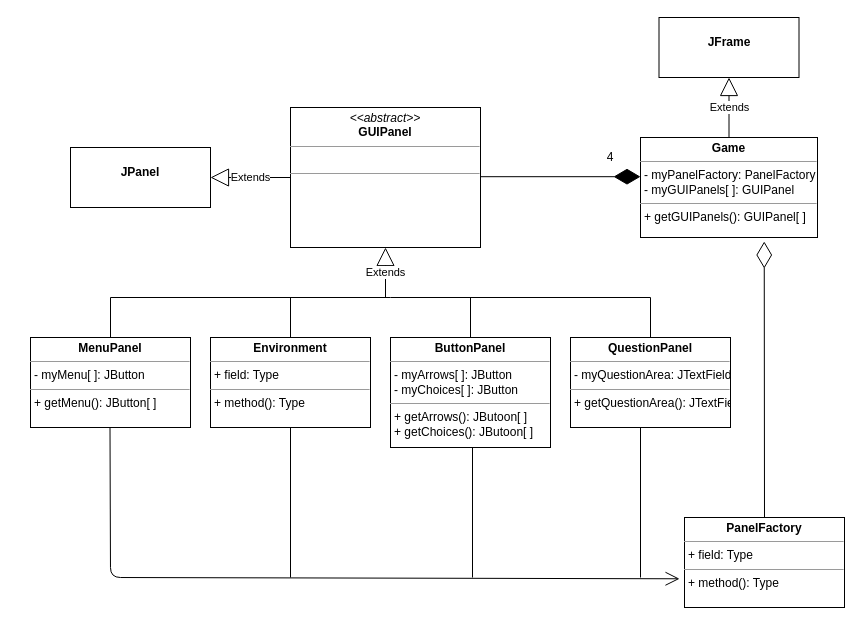
Earlier version of the draw.io diagram view.drawio (Robert-0410/360GroupProject). Source tidied: cells renumbered, new cells numbered last; positions are measured from the earlier drawing's top-left corner, leaving out a move shared by most shapes. Both pictures are drawn from the tidied source at 100%, with x=0, y=0 at pixel (30, 17).
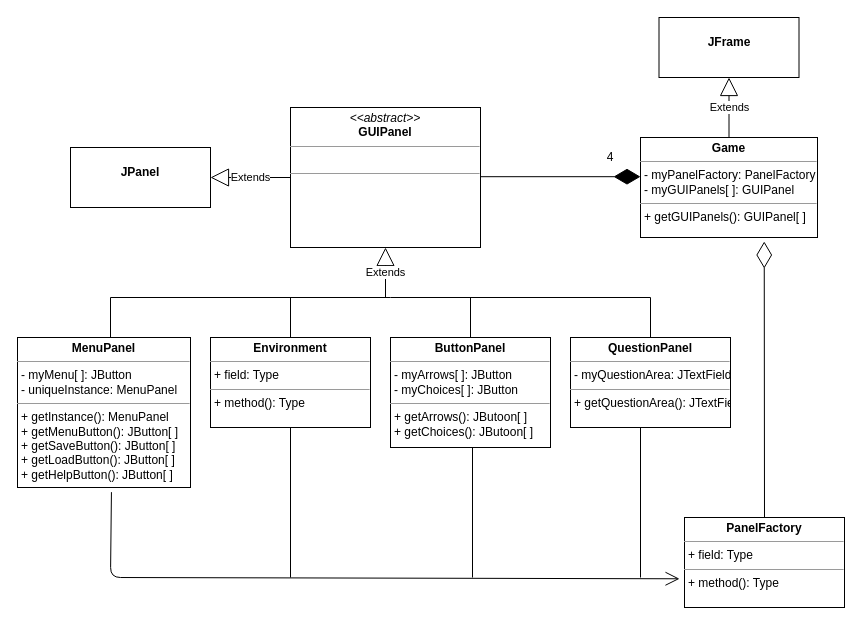
After the change.

Unchanged cells that the change refers to:
```xml
<mxCell id="21" value="&lt;p style=&quot;margin: 0px ; margin-top: 4px ; text-align: center&quot;&gt;&lt;b&gt;PanelFactory&lt;/b&gt;&lt;/p&gt;&lt;hr size=&quot;1&quot;&gt;&lt;p style=&quot;margin: 0px ; margin-left: 4px&quot;&gt;+ field: Type&lt;/p&gt;&lt;hr size=&quot;1&quot;&gt;&lt;p style=&quot;margin: 0px ; margin-left: 4px&quot;&gt;+ method(): Type&lt;/p&gt;" style="verticalAlign=top;align=left;overflow=fill;fontSize=12;fontFamily=Helvetica;html=1;" parent="1" vertex="1">
  <mxGeometry x="654" y="500" width="160" height="90" as="geometry" />
</mxCell>
```

The edit, as a diff of the source:
```diff
@@
-    <mxCell id="4" value="&lt;p style=&quot;margin: 0px ; margin-top: 4px ; text-align: center&quot;&gt;&lt;b&gt;MenuPanel&lt;/b&gt;&lt;/p&gt;&lt;hr size=&quot;1&quot;&gt;&lt;p style=&quot;margin: 0px ; margin-left: 4px&quot;&gt;- myMenu[ ]: JButton&lt;/p&gt;&lt;hr size=&quot;1&quot;&gt;&lt;p style=&quot;margin: 0px ; margin-left: 4px&quot;&gt;+ getMenu(): JButton[ ]&lt;/p&gt;" style="verticalAlign=top;align=left;overflow=fill;fontSize=12;fontFamily=Helvetica;html=1;" parent="1" vertex="1">
-      <mxGeometry y="320" width="160" height="90" as="geometry" />
+    <mxCell id="4" value="&lt;p style=&quot;margin: 0px ; margin-top: 4px ; text-align: center&quot;&gt;&lt;b&gt;MenuPanel&lt;/b&gt;&lt;/p&gt;&lt;hr size=&quot;1&quot;&gt;&lt;p style=&quot;margin: 0px ; margin-left: 4px&quot;&gt;- myMenu[ ]: JButton&lt;/p&gt;&lt;p style=&quot;margin: 0px ; margin-left: 4px&quot;&gt;- uniqueInstance: MenuPanel&lt;/p&gt;&lt;hr size=&quot;1&quot;&gt;&lt;p style=&quot;margin: 0px ; margin-left: 4px&quot;&gt;+ getInstance(): MenuPanel&lt;/p&gt;&lt;p style=&quot;margin: 0px ; margin-left: 4px&quot;&gt;+ getMenuButton(): JButton[ ]&lt;/p&gt;&lt;p style=&quot;margin: 0px ; margin-left: 4px&quot;&gt;+ getSaveButton(): JButton[ ]&lt;/p&gt;&lt;p style=&quot;margin: 0px ; margin-left: 4px&quot;&gt;+ getLoadButton(): JButton[ ]&lt;/p&gt;&lt;p style=&quot;margin: 0px ; margin-left: 4px&quot;&gt;+ getHelpButton(): JButton[ ]&lt;/p&gt;" style="verticalAlign=top;align=left;overflow=fill;fontSize=12;fontFamily=Helvetica;html=1;" parent="1" vertex="1">
+      <mxGeometry x="-13" y="320" width="173" height="150" as="geometry" />
     </mxCell>
@@
-    <mxCell id="23" style="endArrow=open;endFill=1;endSize=12;html=1;entryX=-0.031;entryY=0.681;entryDx=0;entryDy=0;entryPerimeter=0;" parent="1" edge="1" target="21">
+    <mxCell id="23" style="endArrow=open;endFill=1;endSize=12;html=1;entryX=-0.031;entryY=0.681;entryDx=0;entryDy=0;entryPerimeter=0;exitX=0.543;exitY=1.031;exitDx=0;exitDy=0;exitPerimeter=0;" parent="1" edge="1" source="4" target="21">
       <mxGeometry relative="1" as="geometry">
-        <mxPoint x="79.5" y="410" as="sourcePoint" />
         <Array as="points">
           <mxPoint x="80" y="560" />
         </Array>
       </mxGeometry>
     </mxCell>
```
